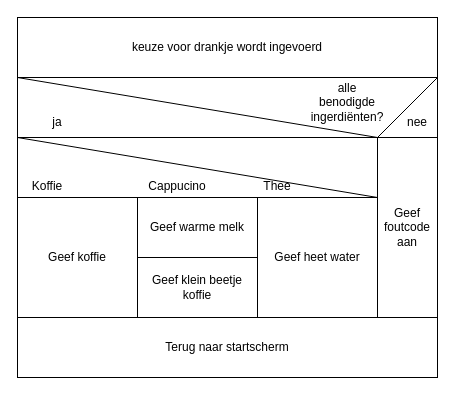
Above: psd/PSD opdracht 4.drawio in joellink1/educom-essentials (draw.io), before the change. Source tidied: cells renumbered, new cells numbered last; positions are measured from the earlier drawing's top-left corner, leaving out a move shared by most shapes. Both pictures are drawn from the tidied source at 100%, with x=0, y=0 at pixel (17, 17).
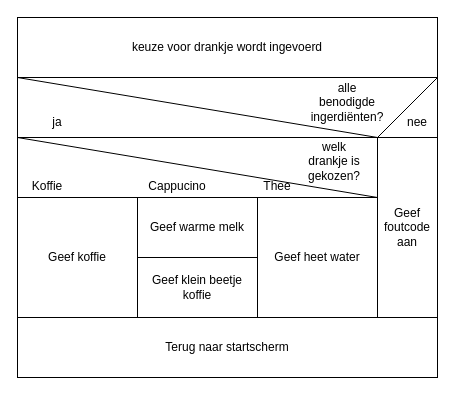
Above is the later version.

Commit message:
keuzelabel toegevoegd

Diff of the diagram source:
```diff
@@
+    <mxCell id="19" value="welk drankje is gekozen?" style="text;html=1;strokeColor=none;fillColor=none;align=center;verticalAlign=middle;whiteSpace=wrap;rounded=0;" parent="1" vertex="1">
+      <mxGeometry x="287" y="129" width="60" height="30" as="geometry" />
+    </mxCell>
```
